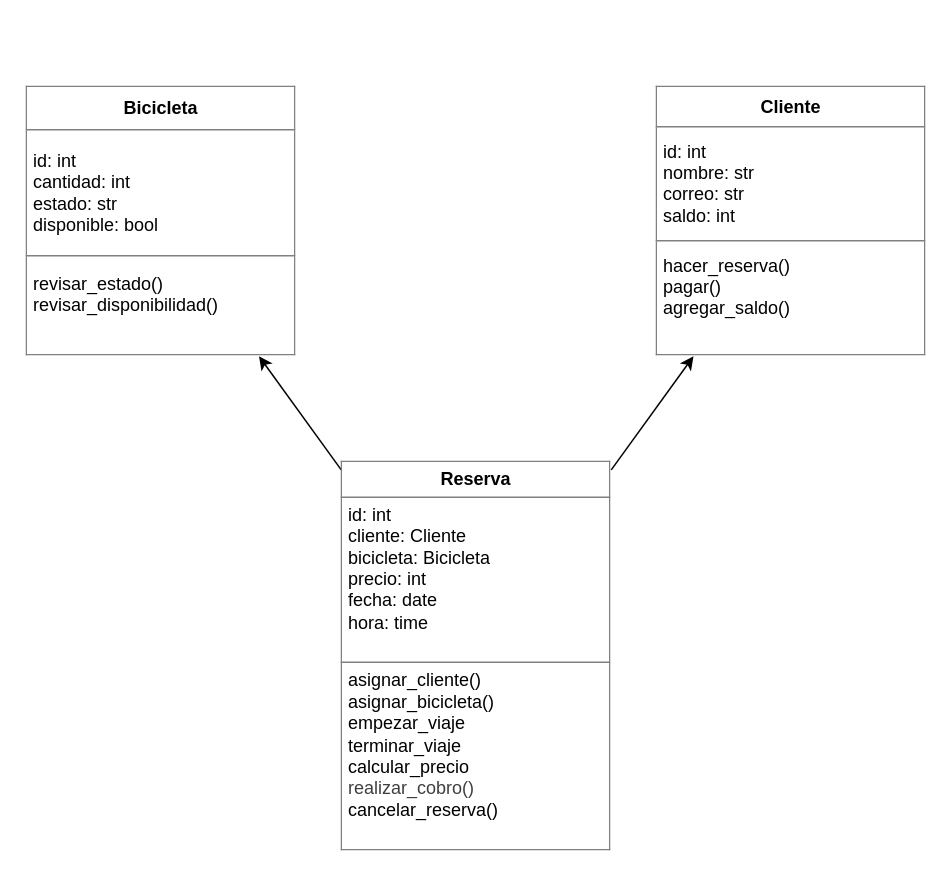
Before: diagrama.drawio in carandab/M4_AE5_Grupal, a draw.io diagram. Source tidied: cells renumbered, new cells numbered last; positions are measured from the earlier drawing's top-left corner, leaving out a move shared by most shapes. Both pictures are drawn from the tidied source at 150%, with x=0, y=0 at pixel (26, 86).
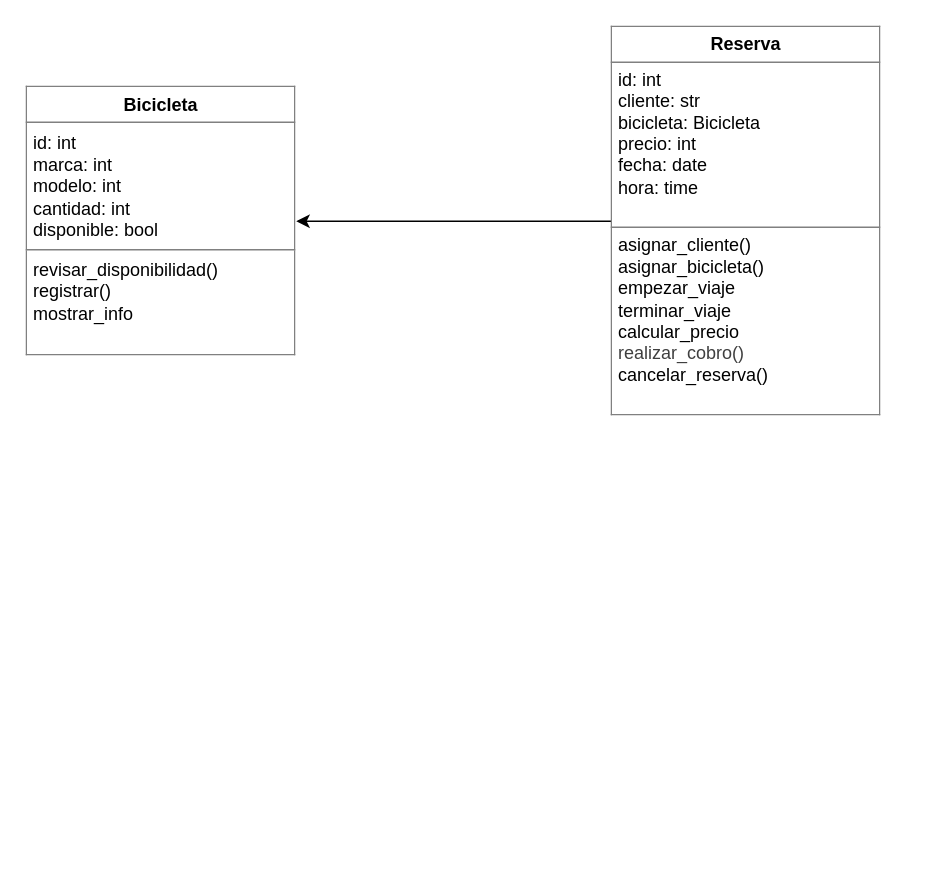
The same page after the edit.

Commit message (it also covers changes not shown here):
Modificaciones a reserva y diagrama por Cristian Aranda

Diff of the diagram source:
```diff
@@
 <mxGraphModel>
   <root>
     <mxCell id="0" />
     <mxCell id="1" parent="0" />
     <mxCell id="2" style="edgeStyle=none;html=1;" parent="1" edge="1" source="4" target="5">
       <mxGeometry relative="1" as="geometry" />
     </mxCell>
-    <mxCell id="3" style="edgeStyle=none;html=1;" parent="1" edge="1" source="4" target="6">
-      <mxGeometry relative="1" as="geometry" />
-    </mxCell>
-    <mxCell id="4" value="&lt;table border=&quot;1&quot; width=&quot;100%&quot; height=&quot;100%&quot; cellpadding=&quot;4&quot; style=&quot;width:100%;height:100%;border-collapse:collapse;&quot;&gt;&lt;tbody&gt;&lt;tr&gt;&lt;th style=&quot;text-align: center;&quot;&gt;&lt;b&gt;Reserva&lt;/b&gt;&lt;/th&gt;&lt;/tr&gt;&lt;tr&gt;&lt;td&gt;&lt;div style=&quot;&quot;&gt;&lt;span style=&quot;background-color: transparent;&quot;&gt;id: int&lt;/span&gt;&lt;/div&gt;&lt;div style=&quot;&quot;&gt;&lt;span style=&quot;background-color: transparent;&quot;&gt;cliente: Cliente&lt;/span&gt;&lt;/div&gt;bicicleta: Bicicleta&lt;br&gt;precio: int&lt;br&gt;fecha: date&lt;br&gt;hora: time&lt;br&gt;&lt;br&gt;&lt;/td&gt;&lt;/tr&gt;&lt;tr&gt;&lt;td&gt;asignar_cliente()&lt;br&gt;asignar_bicicleta()&lt;br&gt;empezar_viaje&lt;br&gt;terminar_viaje&lt;br&gt;calcular_precio&lt;br&gt;&lt;span style=&quot;color: rgb(63, 63, 63);&quot;&gt;realizar_cobro()&lt;br&gt;&lt;/span&gt;cancelar_reserva()&lt;br style=&quot;color: rgb(63, 63, 63);&quot;&gt;&lt;br&gt;&lt;/td&gt;&lt;/tr&gt;&lt;/tbody&gt;&lt;/table&gt;" style="text;html=1;whiteSpace=wrap;strokeColor=none;fillColor=none;overflow=fill;align=left;" parent="1" vertex="1">
-      <mxGeometry x="210" y="250" width="180" height="260" as="geometry" />
+    <mxCell id="4" value="&lt;table border=&quot;1&quot; width=&quot;100%&quot; height=&quot;100%&quot; cellpadding=&quot;4&quot; style=&quot;width:100%;height:100%;border-collapse:collapse;&quot;&gt;&lt;tbody&gt;&lt;tr&gt;&lt;th style=&quot;text-align: center;&quot;&gt;&lt;b&gt;Reserva&lt;/b&gt;&lt;/th&gt;&lt;/tr&gt;&lt;tr&gt;&lt;td&gt;&lt;div style=&quot;&quot;&gt;&lt;span style=&quot;background-color: transparent;&quot;&gt;id: int&lt;/span&gt;&lt;/div&gt;&lt;div style=&quot;&quot;&gt;&lt;span style=&quot;background-color: transparent;&quot;&gt;cliente: str&lt;/span&gt;&lt;/div&gt;bicicleta: Bicicleta&lt;br&gt;precio: int&lt;br&gt;fecha: date&lt;br&gt;hora: time&lt;br&gt;&lt;br&gt;&lt;/td&gt;&lt;/tr&gt;&lt;tr&gt;&lt;td&gt;asignar_cliente()&lt;br&gt;asignar_bicicleta()&lt;br&gt;empezar_viaje&lt;br&gt;terminar_viaje&lt;br&gt;calcular_precio&lt;br&gt;&lt;span style=&quot;color: rgb(63, 63, 63);&quot;&gt;realizar_cobro()&lt;br&gt;&lt;/span&gt;cancelar_reserva()&lt;br style=&quot;color: rgb(63, 63, 63);&quot;&gt;&lt;br&gt;&lt;/td&gt;&lt;/tr&gt;&lt;/tbody&gt;&lt;/table&gt;" style="text;html=1;whiteSpace=wrap;strokeColor=none;fillColor=none;overflow=fill;align=left;" parent="1" vertex="1">
+      <mxGeometry x="390" y="-40" width="180" height="260" as="geometry" />
     </mxCell>
-    <mxCell id="5" value="&lt;table border=&quot;1&quot; width=&quot;100%&quot; height=&quot;100%&quot; cellpadding=&quot;4&quot; style=&quot;width:100%;height:100%;border-collapse:collapse;&quot;&gt;&lt;tbody&gt;&lt;tr&gt;&lt;th style=&quot;text-align: center;&quot;&gt;Bicicleta&lt;/th&gt;&lt;/tr&gt;&lt;tr&gt;&lt;td&gt;id: int&lt;br&gt;cantidad: int&lt;br&gt;estado: str&lt;br&gt;disponible: bool&lt;/td&gt;&lt;/tr&gt;&lt;tr&gt;&lt;td&gt;revisar_estado()&lt;br&gt;revisar_disponibilidad()&lt;br&gt;&lt;br&gt;&lt;/td&gt;&lt;/tr&gt;&lt;/tbody&gt;&lt;/table&gt;" style="text;html=1;whiteSpace=wrap;strokeColor=none;fillColor=none;overflow=fill;align=left;" parent="1" vertex="1">
+    <mxCell id="5" value="&lt;table border=&quot;1&quot; width=&quot;100%&quot; height=&quot;100%&quot; cellpadding=&quot;4&quot; style=&quot;width:100%;height:100%;border-collapse:collapse;&quot;&gt;&lt;tbody&gt;&lt;tr&gt;&lt;th style=&quot;text-align: center;&quot;&gt;Bicicleta&lt;/th&gt;&lt;/tr&gt;&lt;tr&gt;&lt;td&gt;id: int&lt;br&gt;marca: int&lt;br&gt;modelo: int&lt;br&gt;cantidad: int&lt;br&gt;disponible: bool&lt;/td&gt;&lt;/tr&gt;&lt;tr&gt;&lt;td&gt;revisar_disponibilidad()&lt;br&gt;registrar()&lt;br&gt;mostrar_info&lt;br&gt;&lt;br&gt;&lt;/td&gt;&lt;/tr&gt;&lt;/tbody&gt;&lt;/table&gt;" style="text;html=1;whiteSpace=wrap;strokeColor=none;fillColor=none;overflow=fill;align=left;" parent="1" vertex="1">
       <mxGeometry width="180" height="180" as="geometry" />
     </mxCell>
-    <mxCell id="6" value="&lt;table border=&quot;1&quot; width=&quot;100%&quot; height=&quot;100%&quot; cellpadding=&quot;4&quot; style=&quot;width:100%;height:100%;border-collapse:collapse;&quot;&gt;&lt;tbody&gt;&lt;tr&gt;&lt;th style=&quot;text-align: center;&quot;&gt;Cliente&lt;/th&gt;&lt;/tr&gt;&lt;tr&gt;&lt;td&gt;id: int&lt;br&gt;nombre: str&lt;br&gt;correo: str&lt;br&gt;saldo: int&lt;br&gt;&lt;/td&gt;&lt;/tr&gt;&lt;tr&gt;&lt;td&gt;hacer_reserva()&lt;br&gt;pagar()&lt;br&gt;agregar_saldo()&lt;br&gt;&lt;br&gt;&lt;/td&gt;&lt;/tr&gt;&lt;/tbody&gt;&lt;/table&gt;" style="text;html=1;whiteSpace=wrap;strokeColor=none;fillColor=none;overflow=fill;align=left;" parent="1" vertex="1">
-      <mxGeometry x="420" width="180" height="180" as="geometry" />
-    </mxCell>
   </root>
 </mxGraphModel>
```
